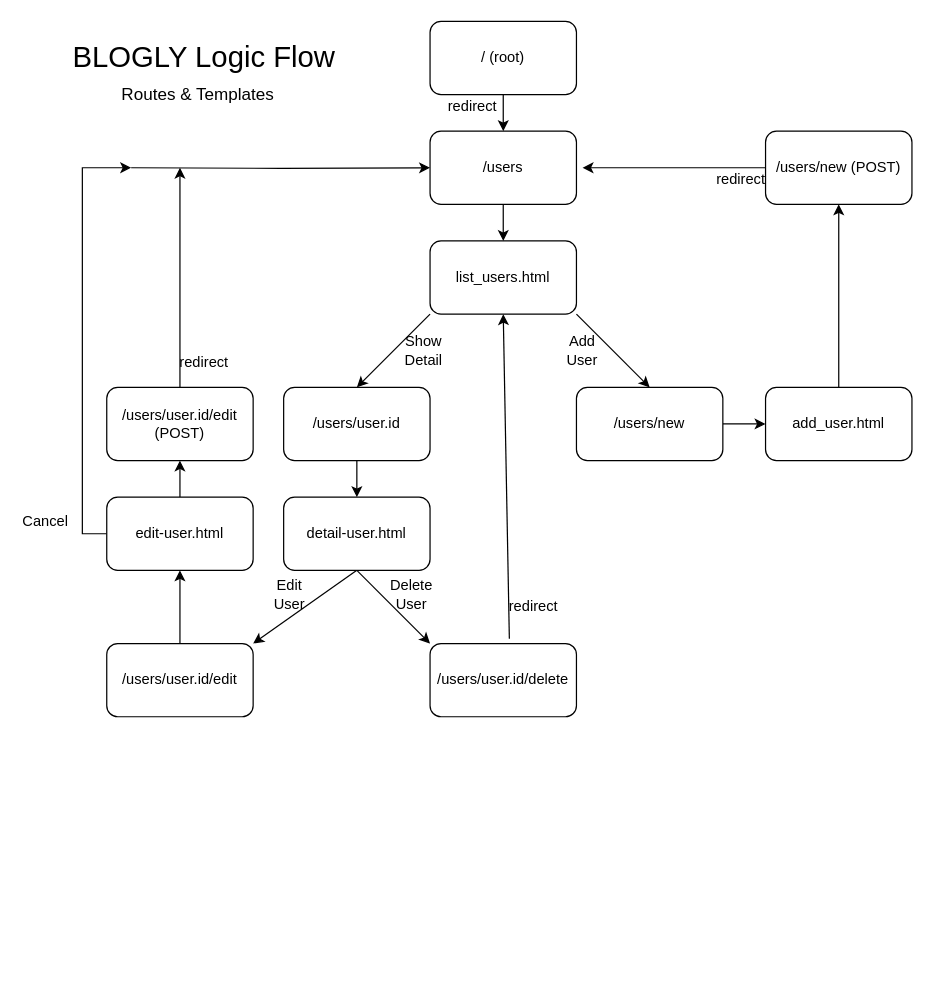
Above: misc/blogly.drawio in ursawd/blogly (draw.io), before the change. Source tidied: cells renumbered, new cells numbered last; positions are measured from the earlier drawing's top-left corner, leaving out a move shared by most shapes. Both pictures are drawn from the tidied source at 122%, with x=0, y=0 at pixel (21, 21).
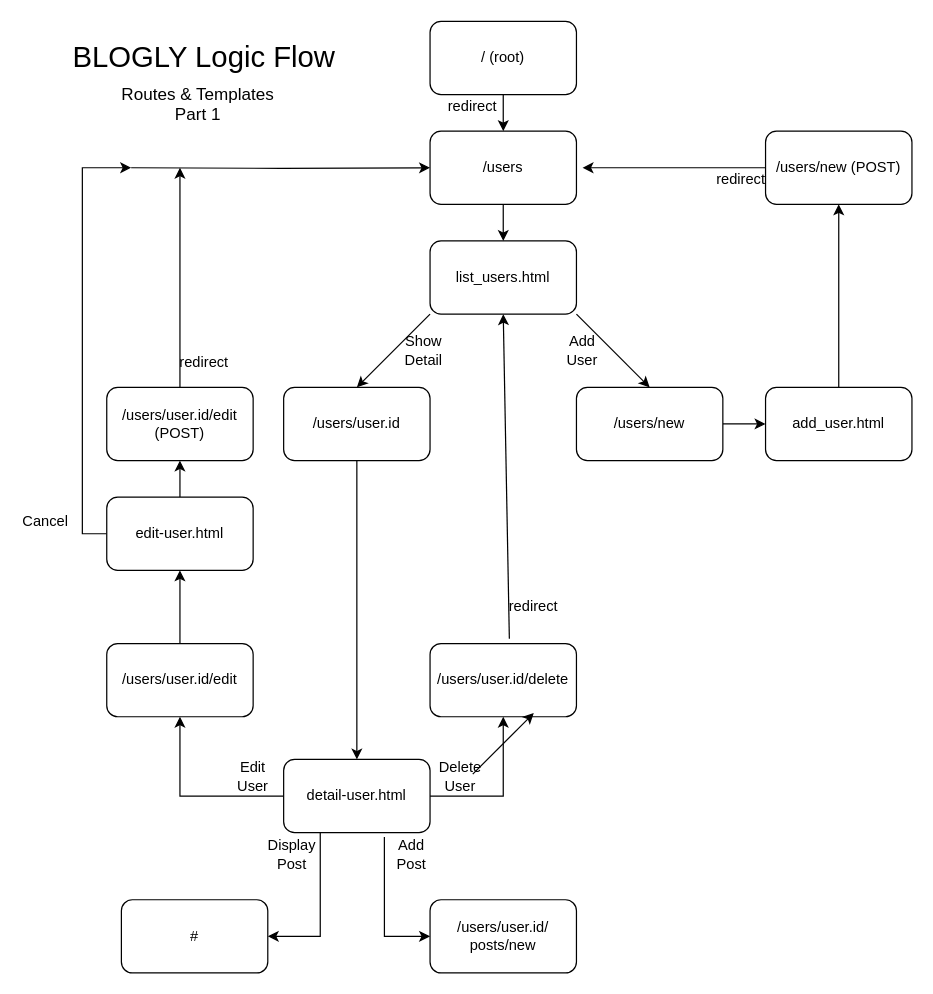
The same page after the edit.

Commit message (it also covers changes not shown here):
correct delete user to also cascade delete posts/ start route P4

The change refers to these unchanged cells:
```xml
<mxCell id="25" value="&lt;span&gt;/users/user.id/delete&lt;/span&gt;" style="rounded=1;whiteSpace=wrap;html=1;" parent="1" vertex="1">
  <mxGeometry x="335" y="510" width="120" height="60" as="geometry" />
</mxCell>
<mxCell id="27" value="&lt;font style=&quot;font-size: 12px&quot;&gt;/users/user.id/edit&lt;/font&gt;" style="rounded=1;whiteSpace=wrap;html=1;" parent="1" vertex="1">
  <mxGeometry x="70" y="510" width="120" height="60" as="geometry" />
</mxCell>
```

What changed in the source:
```diff
@@
-    <mxCell id="20" style="edgeStyle=none;rounded=0;jettySize=auto;html=1;exitX=0.5;exitY=1;exitDx=0;exitDy=0;entryX=0;entryY=0;entryDx=0;entryDy=0;" parent="1" edge="1" source="22" target="25">
-      <mxGeometry relative="1" as="geometry" />
+    <mxCell id="20" style="edgeStyle=none;rounded=0;jettySize=auto;html=1;exitX=1;exitY=0.5;exitDx=0;exitDy=0;entryX=0.5;entryY=1;entryDx=0;entryDy=0;" parent="1" edge="1" source="22" target="25">
+      <mxGeometry relative="1" as="geometry">
+        <Array as="points">
+          <mxPoint x="395" y="635" />
+        </Array>
+      </mxGeometry>
     </mxCell>
-    <mxCell id="21" style="edgeStyle=none;rounded=0;jettySize=auto;html=1;exitX=0.5;exitY=1;exitDx=0;exitDy=0;entryX=1;entryY=0;entryDx=0;entryDy=0;" parent="1" edge="1" source="22" target="27">
-      <mxGeometry relative="1" as="geometry" />
+    <mxCell id="21" style="edgeStyle=none;rounded=0;jettySize=auto;html=1;entryX=0.5;entryY=1;entryDx=0;entryDy=0;exitX=0;exitY=0.5;exitDx=0;exitDy=0;" parent="1" edge="1" source="22" target="27">
+      <mxGeometry relative="1" as="geometry">
+        <Array as="points">
+          <mxPoint x="130" y="635" />
+        </Array>
+      </mxGeometry>
     </mxCell>
+    <mxCell id="41" style="edgeStyle=orthogonalEdgeStyle;rounded=0;jettySize=auto;html=1;exitX=0.688;exitY=1.06;exitDx=0;exitDy=0;entryX=0;entryY=0.5;entryDx=0;entryDy=0;exitPerimeter=0;" parent="1" edge="1" source="22" target="44">
+      <mxGeometry relative="1" as="geometry" />
+    </mxCell>
+    <mxCell id="42" style="edgeStyle=orthogonalEdgeStyle;rounded=0;jettySize=auto;html=1;exitX=0.25;exitY=1;exitDx=0;exitDy=0;entryX=1;entryY=0.5;entryDx=0;entryDy=0;" parent="1" edge="1" source="22" target="45">
+      <mxGeometry relative="1" as="geometry" />
+    </mxCell>
     <mxCell id="22" value="detail-user.html" style="rounded=1;whiteSpace=wrap;html=1;" parent="1" vertex="1">
-      <mxGeometry x="215" y="390" width="120" height="60" as="geometry" />
+      <mxGeometry x="215" y="605" width="120" height="60" as="geometry" />
     </mxCell>
@@
     <mxCell id="28" value="Edit User" style="text;html=1;strokeColor=none;fillColor=none;align=center;verticalAlign=middle;whiteSpace=wrap;rounded=0;" parent="1" vertex="1">
-      <mxGeometry x="200" y="460" width="40" height="20" as="geometry" />
+      <mxGeometry x="170" y="609" width="40" height="20" as="geometry" />
     </mxCell>
     <mxCell id="29" value="Delete User" style="text;html=1;strokeColor=none;fillColor=none;align=center;verticalAlign=middle;whiteSpace=wrap;rounded=0;" parent="1" vertex="1">
-      <mxGeometry x="300" y="460" width="40" height="20" as="geometry" />
+      <mxGeometry x="340" y="609" width="40" height="20" as="geometry" />
     </mxCell>
@@
+    <mxCell id="43" value="&lt;font style=&quot;font-size: 14px&quot;&gt;Part 1&lt;/font&gt;" style="text;html=1;strokeColor=none;fillColor=none;align=center;verticalAlign=middle;whiteSpace=wrap;rounded=0;" parent="1" vertex="1">
+      <mxGeometry x="40" y="66" width="210" height="20" as="geometry" />
+    </mxCell>
+    <mxCell id="44" value="/users/user.id/&lt;br&gt;posts/new" style="rounded=1;whiteSpace=wrap;html=1;" parent="1" vertex="1">
+      <mxGeometry x="335" y="720" width="120" height="60" as="geometry" />
+    </mxCell>
+    <mxCell id="45" value="#" style="rounded=1;whiteSpace=wrap;html=1;" parent="1" vertex="1">
+      <mxGeometry x="82" y="720" width="120" height="60" as="geometry" />
+    </mxCell>
+    <mxCell id="46" value="Add Post" style="text;html=1;strokeColor=none;fillColor=none;align=center;verticalAlign=middle;whiteSpace=wrap;rounded=0;" parent="1" vertex="1">
+      <mxGeometry x="300" y="673" width="40" height="20" as="geometry" />
+    </mxCell>
+    <mxCell id="47" style="endArrow=classic;html=1;" parent="1" edge="1">
+      <mxGeometry relative="1" as="geometry">
+        <mxPoint x="370" y="617" as="sourcePoint" />
+        <mxPoint x="420" y="567" as="targetPoint" />
+      </mxGeometry>
+    </mxCell>
+    <mxCell id="48" value="Display Post" style="text;html=1;strokeColor=none;fillColor=none;align=center;verticalAlign=middle;whiteSpace=wrap;rounded=0;" parent="1" vertex="1">
+      <mxGeometry x="202" y="678.5" width="40" height="9" as="geometry" />
+    </mxCell>
```
